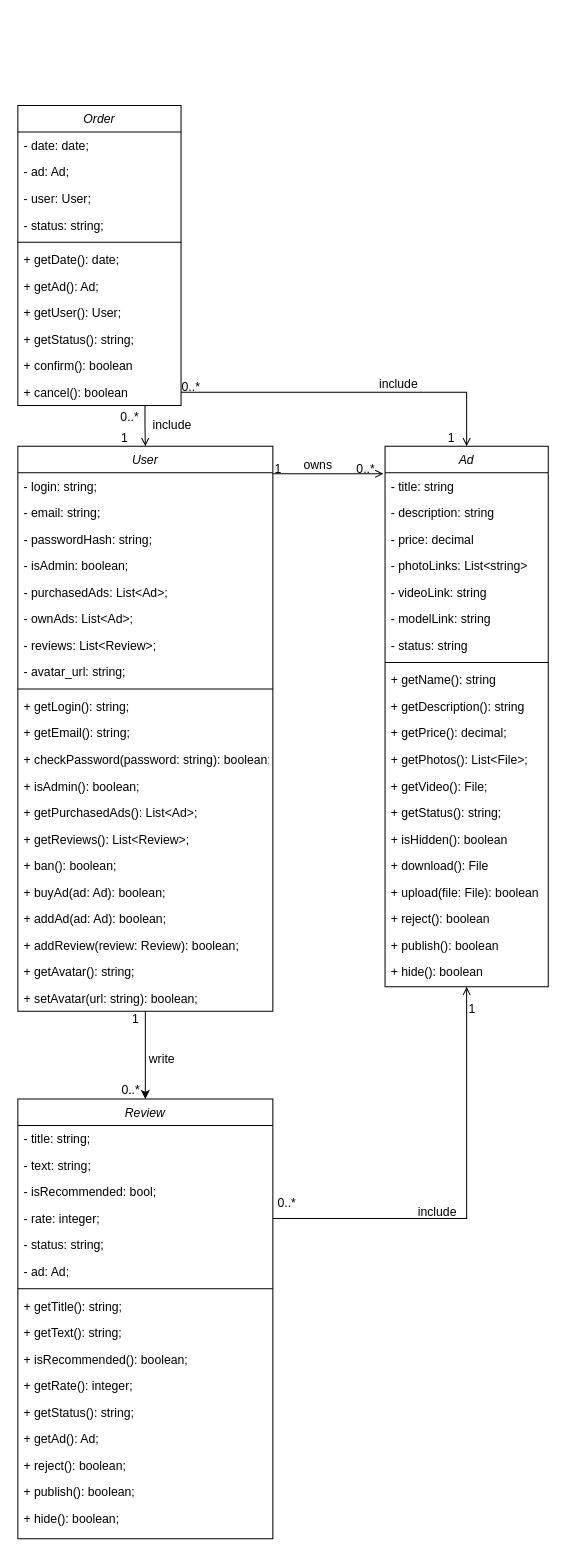
Above: Diagrams/Class.drawio in DogNellaf/c2c-market (draw.io), before the change. Source tidied: cells renumbered, new cells numbered last; positions are measured from the earlier drawing's top-left corner, leaving out a move shared by most shapes. Both pictures are drawn from the tidied source at 102%, with x=0, y=0 at pixel (17, 105).
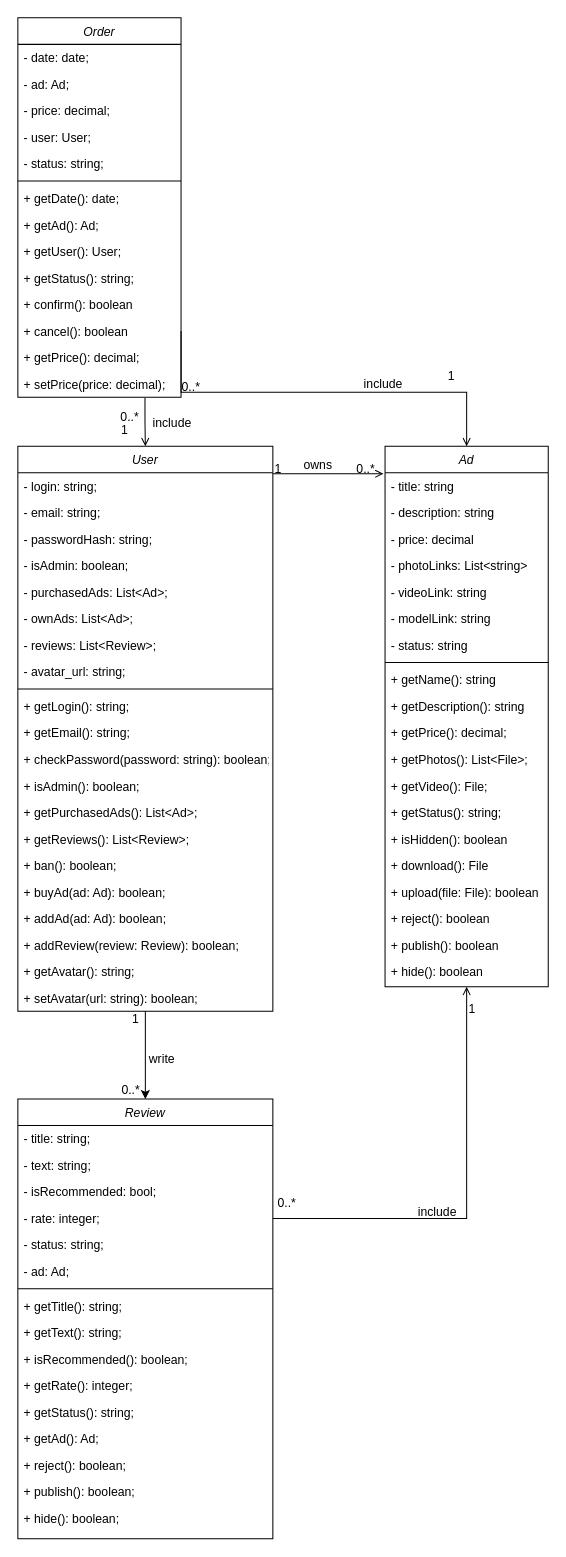
After the change.

Unchanged cells that the change refers to:
```xml
<mxCell id="2" value="User" style="swimlane;fontStyle=2;align=center;verticalAlign=top;horizontal=1;startSize=26;rounded=0;shadow=0;strokeWidth=1;" parent="1" vertex="1">
  <mxGeometry y="334" width="250" height="554" as="geometry" />
</mxCell>
```

Diff of the diagram source:
```diff
@@
     <mxCell id="74" value="Order" style="swimlane;fontStyle=2;align=center;verticalAlign=top;horizontal=1;startSize=26;rounded=0;shadow=0;strokeWidth=1;" parent="1" vertex="1">
-      <mxGeometry width="160" height="294" as="geometry" />
+      <mxGeometry y="-86" width="160" height="372" as="geometry" />
     </mxCell>
@@
+    <mxCell id="94" value="- price: decimal;" style="text;align=left;verticalAlign=top;spacingLeft=4;spacingRight=4;overflow=hidden;rounded=0;shadow=0;html=0;" parent="74" vertex="1">
+      <mxGeometry y="78" width="160" height="26" as="geometry" />
+    </mxCell>
     <mxCell id="77" value="- user: User;" style="text;align=left;verticalAlign=top;spacingLeft=4;spacingRight=4;overflow=hidden;rounded=0;shadow=0;html=0;" parent="74" vertex="1">
-      <mxGeometry y="78" width="160" height="26" as="geometry" />
+      <mxGeometry y="104" width="160" height="26" as="geometry" />
     </mxCell>
     <mxCell id="78" value="- status: string;" style="text;align=left;verticalAlign=top;spacingLeft=4;spacingRight=4;overflow=hidden;rounded=0;shadow=0;html=0;" parent="74" vertex="1">
-      <mxGeometry y="104" width="160" height="26" as="geometry" />
+      <mxGeometry y="130" width="160" height="26" as="geometry" />
     </mxCell>
     <mxCell id="79" style="line;html=1;strokeWidth=1;align=left;verticalAlign=middle;spacingTop=-1;spacingLeft=3;spacingRight=3;labelPosition=right;" parent="74" vertex="1">
-      <mxGeometry y="130" width="160" height="8" as="geometry" />
+      <mxGeometry y="156" width="160" height="8" as="geometry" />
     </mxCell>
     <mxCell id="80" value="+ getDate(): date;" style="text;align=left;verticalAlign=top;spacingLeft=4;spacingRight=4;overflow=hidden;rounded=0;shadow=0;html=0;" parent="74" vertex="1">
-      <mxGeometry y="138" width="160" height="26" as="geometry" />
+      <mxGeometry y="164" width="160" height="26" as="geometry" />
     </mxCell>
     <mxCell id="81" value="+ getAd(): Ad;" style="text;align=left;verticalAlign=top;spacingLeft=4;spacingRight=4;overflow=hidden;rounded=0;shadow=0;html=0;" parent="74" vertex="1">
-      <mxGeometry y="164" width="160" height="26" as="geometry" />
+      <mxGeometry y="190" width="160" height="26" as="geometry" />
     </mxCell>
     <mxCell id="82" value="+ getUser(): User;" style="text;align=left;verticalAlign=top;spacingLeft=4;spacingRight=4;overflow=hidden;rounded=0;shadow=0;html=0;" parent="74" vertex="1">
-      <mxGeometry y="190" width="160" height="26" as="geometry" />
+      <mxGeometry y="216" width="160" height="26" as="geometry" />
     </mxCell>
     <mxCell id="83" value="+ getStatus(): string;" style="text;align=left;verticalAlign=top;spacingLeft=4;spacingRight=4;overflow=hidden;rounded=0;shadow=0;html=0;" parent="74" vertex="1">
-      <mxGeometry y="216" width="160" height="26" as="geometry" />
+      <mxGeometry y="242" width="160" height="26" as="geometry" />
     </mxCell>
     <mxCell id="84" value="+ confirm(): boolean" style="text;align=left;verticalAlign=top;spacingLeft=4;spacingRight=4;overflow=hidden;" parent="74" vertex="1">
-      <mxGeometry y="242" width="160" height="26" as="geometry" />
+      <mxGeometry y="268" width="160" height="26" as="geometry" />
     </mxCell>
     <mxCell id="85" value="+ cancel(): boolean" style="text;align=left;verticalAlign=top;spacingLeft=4;spacingRight=4;overflow=hidden;points=[[0,0.5],[1,0.5]];portConstraint=eastwest;" parent="74" vertex="1">
-      <mxGeometry y="268" width="160" height="26" as="geometry" />
+      <mxGeometry y="294" width="160" height="26" as="geometry" />
     </mxCell>
+    <mxCell id="95" value="+ getPrice(): decimal;" style="text;align=left;verticalAlign=top;spacingLeft=4;spacingRight=4;overflow=hidden;rounded=0;shadow=0;html=0;" parent="74" vertex="1">
+      <mxGeometry y="320" width="160" height="26" as="geometry" />
+    </mxCell>
+    <mxCell id="96" value="+ setPrice(price: decimal);" style="text;align=left;verticalAlign=top;spacingLeft=4;spacingRight=4;overflow=hidden;points=[[0,0.5],[1,0.5]];portConstraint=eastwest;rounded=0;shadow=0;html=0;" parent="74" vertex="1">
+      <mxGeometry y="346" width="160" height="26" as="geometry" />
+    </mxCell>
-    <mxCell id="86" style="endArrow=open;shadow=0;strokeWidth=1;rounded=0;endFill=1;edgeStyle=elbowEdgeStyle;elbow=vertical;entryX=0.5;entryY=0;entryDx=0;entryDy=0;exitX=0.779;exitY=1.006;exitDx=0;exitDy=0;exitPerimeter=0;" parent="1" edge="1" source="85" target="2">
+    <mxCell id="86" style="endArrow=open;shadow=0;strokeWidth=1;rounded=0;endFill=1;edgeStyle=elbowEdgeStyle;elbow=vertical;entryX=0.5;entryY=0;entryDx=0;entryDy=0;exitX=0.779;exitY=1.013;exitDx=0;exitDy=0;exitPerimeter=0;" parent="1" edge="1" source="96" target="2">
       <mxGeometry x="0.5" y="41" relative="1" as="geometry">
         <mxPoint x="-40" y="32" as="offset" />
       </mxGeometry>
     </mxCell>
```
